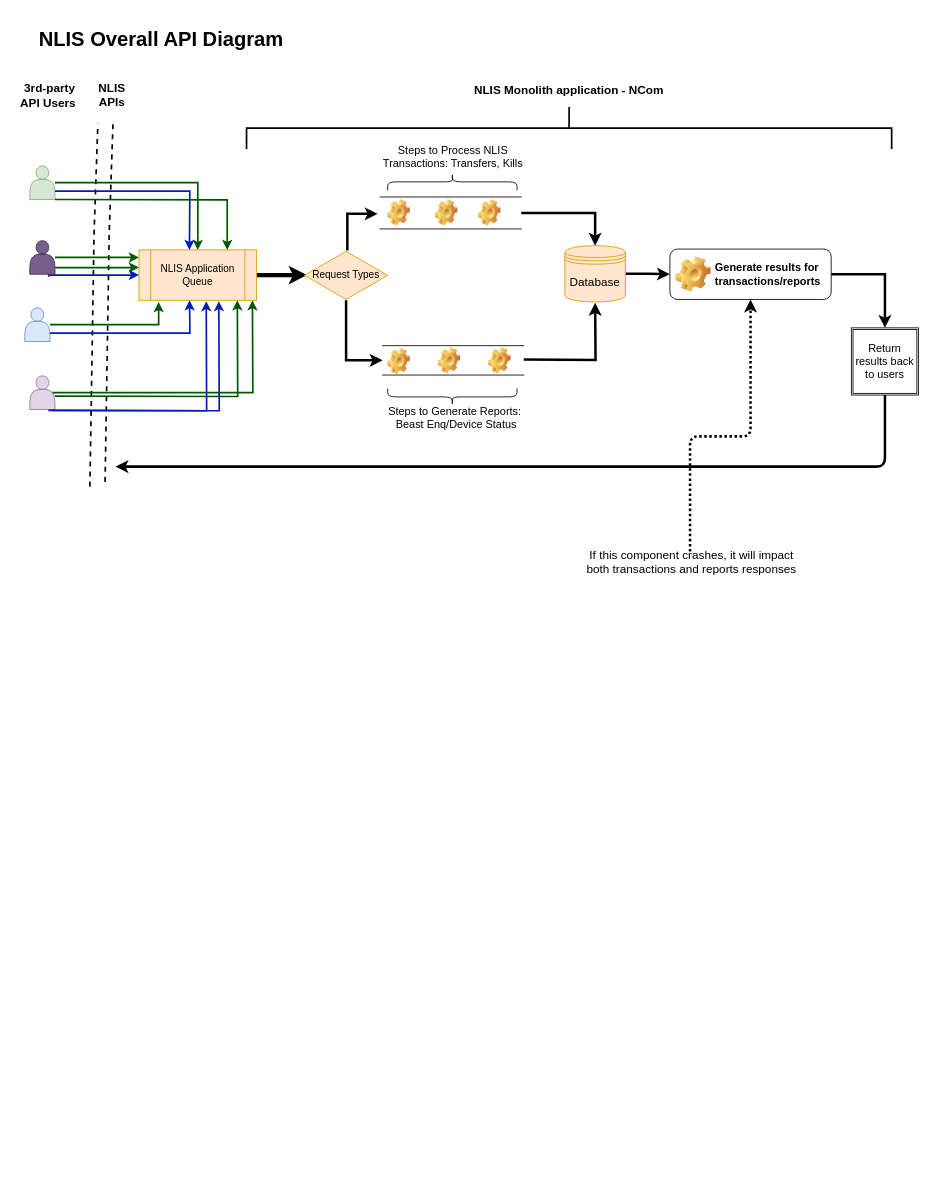
Before: Untitled Diagram.drawio in mfahim/presentations, a draw.io diagram. Source tidied: cells renumbered, new cells numbered last; positions are measured from the earlier drawing's top-left corner, leaving out a move shared by most shapes. Both pictures are drawn from the tidied source at 84%, with x=0, y=0 at pixel (14, 23).
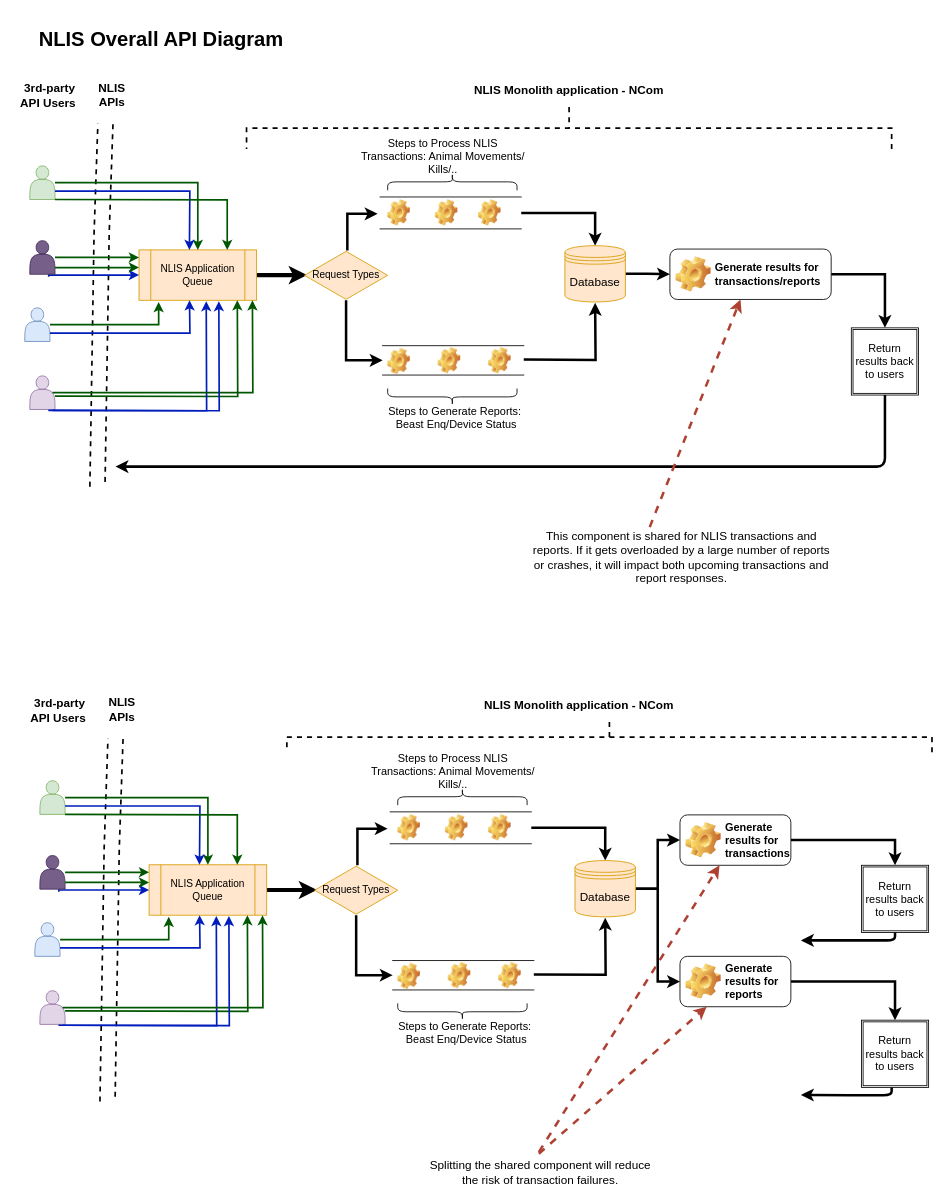
The same diagram, later.

Unchanged cells that the change refers to:
```xml
<mxCell id="42" value="Generate results for transactions/reports" style="label;whiteSpace=wrap;html=1;image=img/clipart/Gear_128x128.png;fontSize=13;" parent="1" vertex="1">
  <mxGeometry x="780" y="269" width="192" height="60" as="geometry" />
</mxCell>
```

Change to the diagram source:
```diff
@@
-    <mxCell id="28" value="Steps to Process NLIS Transactions: Transfers, Kills" style="text;html=1;strokeColor=none;fillColor=none;align=center;verticalAlign=middle;whiteSpace=wrap;rounded=0;fontSize=13;" parent="1" vertex="1">
-      <mxGeometry x="432" y="149" width="180" height="20" as="geometry" />
+    <mxCell id="28" value="Steps to Process NLIS Transactions: Animal Movements/ Kills/.." style="text;html=1;strokeColor=none;fillColor=none;align=center;verticalAlign=middle;whiteSpace=wrap;rounded=0;fontSize=13;" parent="1" vertex="1">
+      <mxGeometry x="408" y="149" width="204" height="20" as="geometry" />
     </mxCell>
@@
-    <mxCell id="45" style="strokeWidth=2;html=1;shape=mxgraph.flowchart.annotation_2;align=left;labelPosition=right;fontSize=14;direction=south;" parent="1" vertex="1">
+    <mxCell id="45" style="strokeWidth=2;html=1;shape=mxgraph.flowchart.annotation_2;align=left;labelPosition=right;fontSize=14;direction=south;dashed=1;" parent="1" vertex="1">
       <mxGeometry x="276" y="100" width="768" height="50" as="geometry" />
     </mxCell>
@@
-    <mxCell id="49" value="If this component crashes, it will impact both transactions and reports responses" style="text;html=1;strokeColor=none;fillColor=none;align=center;verticalAlign=middle;whiteSpace=wrap;rounded=0;fontSize=14;" parent="1" vertex="1">
-      <mxGeometry x="672" y="629" width="268" height="24" as="geometry" />
+    <mxCell id="49" value="This component is shared for NLIS transactions and reports. If it gets overloaded by a large number of reports or crashes, it will impact both upcoming transactions and report responses." style="text;html=1;strokeColor=none;fillColor=none;align=center;verticalAlign=middle;whiteSpace=wrap;rounded=0;fontSize=14;" parent="1" vertex="1">
+      <mxGeometry x="616" y="624" width="356" height="24" as="geometry" />
     </mxCell>
-    <mxCell id="50" style="edgeStyle=elbowEdgeStyle;elbow=vertical;endArrow=classic;html=1;shadow=0;strokeColor=#000000;strokeWidth=3;fontSize=14;entryX=0.5;entryY=1;entryDx=0;entryDy=0;dashed=1;dashPattern=1 1;" parent="1" edge="1" source="49" target="42">
-      <mxGeometry relative="1" as="geometry">
-        <Array as="points">
-          <mxPoint x="804" y="492" />
-        </Array>
-      </mxGeometry>
-    </mxCell>
+    <mxCell id="51" style="shape=link;html=1;width=17;sketch=0;shadow=0;dashed=1;strokeWidth=2;" parent="1" edge="1">
+      <mxGeometry relative="1" as="geometry">
+        <mxPoint x="120" y="852" as="sourcePoint" />
+        <mxPoint x="110.5" y="1284" as="targetPoint" />
+        <Array as="points">
+          <mxPoint x="115.5" y="982" />
+        </Array>
+      </mxGeometry>
+    </mxCell>
+    <mxCell id="52" style="edgeStyle=orthogonalEdgeStyle;rounded=0;sketch=0;jumpSize=8;jettySize=auto;html=1;shadow=0;strokeWidth=5;fillColor=#a20025;" parent="1" edge="1" source="53">
+      <mxGeometry relative="1" as="geometry">
+        <mxPoint x="360" y="1032" as="targetPoint" />
+      </mxGeometry>
+    </mxCell>
+    <mxCell id="53" value="NLIS Application &lt;br&gt;Queue" style="shape=process;whiteSpace=wrap;html=1;backgroundOutline=1;fillColor=#ffe6cc;strokeColor=#d79b00;" parent="1" vertex="1">
+      <mxGeometry x="160" y="1002" width="140" height="60" as="geometry" />
+    </mxCell>
+    <mxCell id="54" value="NLIS APIs" style="text;html=1;strokeColor=none;fillColor=none;align=center;verticalAlign=middle;whiteSpace=wrap;rounded=0;fontSize=14;fontStyle=1;" parent="1" vertex="1">
+      <mxGeometry x="108" y="797" width="40" height="40" as="geometry" />
+    </mxCell>
+    <mxCell id="55" style="edgeStyle=orthogonalEdgeStyle;rounded=0;sketch=0;jettySize=auto;html=1;shadow=0;fillColor=#008a00;strokeColor=#005700;jumpSize=8;strokeWidth=2;" parent="1" edge="1" source="56" target="53">
+      <mxGeometry relative="1" as="geometry" />
+    </mxCell>
+    <mxCell id="56" style="shape=actor;whiteSpace=wrap;html=1;fillColor=#d5e8d4;strokeColor=#82b366;" parent="1" vertex="1">
+      <mxGeometry x="30" y="902" width="30" height="40" as="geometry" />
+    </mxCell>
+    <mxCell id="57" style="edgeStyle=orthogonalEdgeStyle;rounded=0;sketch=0;orthogonalLoop=1;jettySize=auto;html=1;shadow=0;exitX=0.75;exitY=0.25;exitDx=0;exitDy=0;exitPerimeter=0;strokeWidth=2;fillColor=#0050ef;strokeColor=#001DBC;" parent="1" edge="1">
+      <mxGeometry relative="1" as="geometry">
+        <mxPoint x="52.5" y="1034" as="sourcePoint" />
+        <mxPoint x="160" y="1032" as="targetPoint" />
+        <Array as="points">
+          <mxPoint x="53" y="1032" />
+        </Array>
+      </mxGeometry>
+    </mxCell>
+    <mxCell id="58" style="shape=actor;whiteSpace=wrap;html=1;fillColor=#76608a;strokeColor=#432D57;fontColor=#ffffff;" parent="1" vertex="1">
+      <mxGeometry x="30" y="991" width="30" height="40" as="geometry" />
+    </mxCell>
+    <mxCell id="59" value="&amp;nbsp;3rd-party API Users" style="text;html=1;strokeColor=none;fillColor=none;align=center;verticalAlign=middle;whiteSpace=wrap;rounded=0;fontSize=14;fontStyle=1;" parent="1" vertex="1">
+      <mxGeometry x="12" y="793" width="80" height="50" as="geometry" />
+    </mxCell>
+    <mxCell id="60" style="edgeStyle=orthogonalEdgeStyle;rounded=0;sketch=0;jettySize=auto;html=1;entryX=0.167;entryY=1.033;entryDx=0;entryDy=0;entryPerimeter=0;shadow=0;strokeWidth=2;fillColor=#008a00;strokeColor=#005700;" parent="1" edge="1" source="61" target="53">
+      <mxGeometry relative="1" as="geometry" />
+    </mxCell>
+    <mxCell id="61" style="shape=actor;whiteSpace=wrap;html=1;fillColor=#dae8fc;strokeColor=#6c8ebf;" parent="1" vertex="1">
+      <mxGeometry x="24" y="1071" width="30" height="40" as="geometry" />
+    </mxCell>
+    <mxCell id="62" style="edgeStyle=orthogonalEdgeStyle;rounded=0;sketch=0;orthogonalLoop=1;jettySize=auto;html=1;shadow=0;strokeWidth=2;fillColor=#008a00;strokeColor=#005700;" parent="1" edge="1">
+      <mxGeometry relative="1" as="geometry">
+        <mxPoint x="60" y="1176" as="sourcePoint" />
+        <mxPoint x="277" y="1062" as="targetPoint" />
+      </mxGeometry>
+    </mxCell>
+    <mxCell id="63" style="shape=actor;whiteSpace=wrap;html=1;fillColor=#e1d5e7;strokeColor=#9673a6;" parent="1" vertex="1">
+      <mxGeometry x="30" y="1152" width="30" height="40" as="geometry" />
+    </mxCell>
+    <mxCell id="64" style="edgeStyle=orthogonalEdgeStyle;rounded=0;sketch=0;jettySize=auto;html=1;shadow=0;exitX=1;exitY=0.75;exitDx=0;exitDy=0;strokeWidth=2;fillColor=#0050ef;strokeColor=#001DBC;" parent="1" edge="1" source="56">
+      <mxGeometry relative="1" as="geometry">
+        <mxPoint x="220" y="1002" as="targetPoint" />
+      </mxGeometry>
+    </mxCell>
+    <mxCell id="65" style="edgeStyle=orthogonalEdgeStyle;rounded=0;sketch=0;orthogonalLoop=1;jettySize=auto;html=1;shadow=0;strokeWidth=2;fillColor=#008a00;strokeColor=#005700;" parent="1" edge="1">
+      <mxGeometry relative="1" as="geometry">
+        <mxPoint x="60" y="1011" as="sourcePoint" />
+        <mxPoint x="160" y="1011" as="targetPoint" />
+      </mxGeometry>
+    </mxCell>
+    <mxCell id="66" style="edgeStyle=orthogonalEdgeStyle;rounded=0;sketch=0;jettySize=auto;html=1;entryX=0.167;entryY=1.033;entryDx=0;entryDy=0;entryPerimeter=0;shadow=0;exitX=1;exitY=0.75;exitDx=0;exitDy=0;strokeWidth=2;fillColor=#0050ef;strokeColor=#001DBC;" parent="1" edge="1" source="61">
+      <mxGeometry relative="1" as="geometry">
+        <mxPoint x="220.1" y="1062" as="targetPoint" />
+      </mxGeometry>
+    </mxCell>
+    <mxCell id="67" style="edgeStyle=orthogonalEdgeStyle;rounded=0;sketch=0;orthogonalLoop=1;jettySize=auto;html=1;shadow=0;strokeWidth=2;fillColor=#0050ef;strokeColor=#001DBC;" parent="1" edge="1">
+      <mxGeometry relative="1" as="geometry">
+        <mxPoint x="57" y="1193" as="sourcePoint" />
+        <mxPoint x="240" y="1063" as="targetPoint" />
+      </mxGeometry>
+    </mxCell>
+    <mxCell id="68" style="edgeStyle=orthogonalEdgeStyle;rounded=0;sketch=0;orthogonalLoop=1;jettySize=auto;html=1;shadow=0;strokeWidth=2;fillColor=#008a00;strokeColor=#005700;" parent="1" edge="1">
+      <mxGeometry relative="1" as="geometry">
+        <mxPoint x="60" y="1023" as="sourcePoint" />
+        <mxPoint x="160" y="1023" as="targetPoint" />
+      </mxGeometry>
+    </mxCell>
+    <mxCell id="69" style="edgeStyle=orthogonalEdgeStyle;rounded=0;sketch=0;jettySize=auto;html=1;shadow=0;strokeWidth=2;fillColor=#008a00;strokeColor=#005700;exitX=0.9;exitY=0.5;exitDx=0;exitDy=0;exitPerimeter=0;" parent="1" edge="1" source="63">
+      <mxGeometry relative="1" as="geometry">
+        <mxPoint x="295" y="1062" as="targetPoint" />
+      </mxGeometry>
+    </mxCell>
+    <mxCell id="70" style="edgeStyle=orthogonalEdgeStyle;rounded=0;sketch=0;jettySize=auto;html=1;shadow=0;fillColor=#008a00;strokeColor=#005700;jumpSize=8;strokeWidth=2;entryX=0.75;entryY=0;entryDx=0;entryDy=0;" parent="1" edge="1" target="53">
+      <mxGeometry relative="1" as="geometry">
+        <mxPoint x="60" y="942" as="sourcePoint" />
+      </mxGeometry>
+    </mxCell>
+    <mxCell id="71" style="edgeStyle=orthogonalEdgeStyle;rounded=0;sketch=0;orthogonalLoop=1;jettySize=auto;html=1;entryX=0.461;entryY=1;entryDx=0;entryDy=0;entryPerimeter=0;shadow=0;strokeWidth=2;fillColor=#0050ef;strokeColor=#001DBC;" parent="1" edge="1">
+      <mxGeometry relative="1" as="geometry">
+        <mxPoint x="52" y="1193" as="sourcePoint" />
+        <mxPoint x="255" y="1063" as="targetPoint" />
+      </mxGeometry>
+    </mxCell>
+    <mxCell id="72" style="edgeStyle=orthogonalEdgeStyle;rounded=0;sketch=0;jumpSize=8;orthogonalLoop=1;jettySize=auto;html=1;shadow=0;strokeWidth=3;" parent="1" edge="1">
+      <mxGeometry relative="1" as="geometry">
+        <mxPoint x="408" y="1002.6" as="sourcePoint" />
+        <mxPoint x="444" y="959" as="targetPoint" />
+        <Array as="points">
+          <mxPoint x="408" y="959" />
+        </Array>
+      </mxGeometry>
+    </mxCell>
+    <mxCell id="73" style="edgeStyle=orthogonalEdgeStyle;rounded=0;sketch=0;jumpSize=8;jettySize=auto;html=1;entryX=0;entryY=0.5;entryDx=0;entryDy=0;shadow=0;strokeColor=#000000;strokeWidth=3;fontSize=13;" parent="1" edge="1" source="74" target="83">
+      <mxGeometry relative="1" as="geometry" />
+    </mxCell>
+    <mxCell id="74" value="Request Types" style="html=1;whiteSpace=wrap;shape=isoRectangle;fillColor=#ffe6cc;strokeColor=#d79b00;" parent="1" vertex="1">
+      <mxGeometry x="357" y="1002.6" width="99" height="59.4" as="geometry" />
+    </mxCell>
+    <mxCell id="75" style="shape=curlyBracket;whiteSpace=wrap;html=1;rounded=1;fontSize=13;direction=south;" parent="1" vertex="1">
+      <mxGeometry x="456" y="911" width="154" height="20" as="geometry" />
+    </mxCell>
+    <mxCell id="76" value="Steps to Process NLIS Transactions: Animal Movements/ Kills/.." style="text;html=1;strokeColor=none;fillColor=none;align=center;verticalAlign=middle;whiteSpace=wrap;rounded=0;fontSize=13;" parent="1" vertex="1">
+      <mxGeometry x="420" y="881" width="204" height="20" as="geometry" />
+    </mxCell>
+    <mxCell id="77" style="shape=image;html=1;verticalLabelPosition=bottom;verticalAlign=top;imageAspect=1;image=img/clipart/Gear_128x128.png;" parent="1" vertex="1">
+      <mxGeometry x="456" y="942" width="26.9" height="31.5" as="geometry" />
+    </mxCell>
+    <mxCell id="78" style="shape=image;html=1;verticalLabelPosition=bottom;verticalAlign=top;imageAspect=1;image=img/clipart/Gear_128x128.png;" parent="1" vertex="1">
+      <mxGeometry x="512.6" y="942" width="26.9" height="31.5" as="geometry" />
+    </mxCell>
+    <mxCell id="79" style="shape=image;html=1;verticalLabelPosition=bottom;verticalAlign=top;imageAspect=1;image=img/clipart/Gear_128x128.png;" parent="1" vertex="1">
+      <mxGeometry x="564" y="942" width="26.9" height="31.5" as="geometry" />
+    </mxCell>
+    <mxCell id="80" style="edgeStyle=orthogonalEdgeStyle;rounded=0;sketch=0;jumpSize=8;jettySize=auto;html=1;shadow=0;strokeColor=#000000;strokeWidth=3;fontSize=14;" parent="1" edge="1" source="81" target="97">
+      <mxGeometry relative="1" as="geometry" />
+    </mxCell>
+    <mxCell id="81" style="shape=partialRectangle;whiteSpace=wrap;html=1;left=0;right=0;fillColor=none;fontSize=13;" parent="1" vertex="1">
+      <mxGeometry x="447" y="939" width="168" height="38" as="geometry" />
+    </mxCell>
+    <mxCell id="82" style="edgeStyle=orthogonalEdgeStyle;rounded=0;sketch=0;jumpSize=8;orthogonalLoop=1;jettySize=auto;html=1;entryX=0.5;entryY=1;entryDx=0;entryDy=0;shadow=0;strokeColor=#000000;strokeWidth=3;fontSize=14;" parent="1" edge="1">
+      <mxGeometry relative="1" as="geometry">
+        <mxPoint x="618" y="1132.5" as="sourcePoint" />
+        <mxPoint x="703" y="1065" as="targetPoint" />
+      </mxGeometry>
+    </mxCell>
+    <mxCell id="83" style="shape=partialRectangle;whiteSpace=wrap;html=1;left=0;right=0;fillColor=none;fontSize=13;" parent="1" vertex="1">
+      <mxGeometry x="450" y="1116" width="168" height="35" as="geometry" />
+    </mxCell>
+    <mxCell id="84" style="shape=image;html=1;verticalLabelPosition=bottom;verticalAlign=top;imageAspect=1;image=img/clipart/Gear_128x128.png;" parent="1" vertex="1">
+      <mxGeometry x="456" y="1119" width="26.9" height="31.5" as="geometry" />
+    </mxCell>
+    <mxCell id="85" style="shape=image;html=1;verticalLabelPosition=bottom;verticalAlign=top;imageAspect=1;image=img/clipart/Gear_128x128.png;" parent="1" vertex="1">
+      <mxGeometry x="516" y="1118" width="26.9" height="31.5" as="geometry" />
+    </mxCell>
+    <mxCell id="86" style="shape=image;html=1;verticalLabelPosition=bottom;verticalAlign=top;imageAspect=1;image=img/clipart/Gear_128x128.png;" parent="1" vertex="1">
+      <mxGeometry x="576" y="1118" width="26.9" height="31.5" as="geometry" />
+    </mxCell>
+    <mxCell id="87" style="shape=curlyBracket;whiteSpace=wrap;html=1;rounded=1;fontSize=13;direction=north;" parent="1" vertex="1">
+      <mxGeometry x="456" y="1167" width="154" height="20" as="geometry" />
+    </mxCell>
+    <mxCell id="88" value="Steps to Generate Reports:&amp;nbsp;&lt;br&gt;Beast Enq/Device Status" style="text;html=1;strokeColor=none;fillColor=none;align=center;verticalAlign=middle;whiteSpace=wrap;rounded=0;fontSize=13;" parent="1" vertex="1">
+      <mxGeometry x="448" y="1192" width="180" height="20" as="geometry" />
+    </mxCell>
+    <mxCell id="89" style="edgeStyle=orthogonalEdgeStyle;rounded=0;sketch=0;jumpSize=8;jettySize=auto;html=1;entryX=0.5;entryY=0;entryDx=0;entryDy=0;shadow=0;strokeColor=#000000;strokeWidth=3;fontSize=13;" parent="1" edge="1" source="90" target="91">
+      <mxGeometry relative="1" as="geometry" />
+    </mxCell>
+    <mxCell id="90" value="Generate results for transactions" style="label;whiteSpace=wrap;html=1;image=img/clipart/Gear_128x128.png;fontSize=13;" parent="1" vertex="1">
+      <mxGeometry x="792" y="942.6" width="132" height="60" as="geometry" />
+    </mxCell>
+    <mxCell id="91" value="Return results back to users" style="shape=ext;double=1;whiteSpace=wrap;html=1;fontSize=13;" parent="1" vertex="1">
+      <mxGeometry x="1008" y="1002.6" width="80" height="80" as="geometry" />
+    </mxCell>
+    <mxCell id="92" style="edgeStyle=segmentEdgeStyle;endArrow=classic;html=1;shadow=0;strokeColor=#000000;strokeWidth=3;fontSize=13;exitX=0.5;exitY=1;exitDx=0;exitDy=0;" parent="1" edge="1" source="91">
+      <mxGeometry relative="1" as="geometry">
+        <mxPoint x="936" y="1092" as="targetPoint" />
+        <Array as="points">
+          <mxPoint x="1048" y="1092" />
+          <mxPoint x="1008" y="1092" />
+        </Array>
+      </mxGeometry>
+    </mxCell>
+    <mxCell id="93" style="strokeWidth=2;html=1;shape=mxgraph.flowchart.annotation_2;align=left;labelPosition=right;fontSize=14;direction=south;dashed=1;" parent="1" vertex="1">
+      <mxGeometry x="324" y="832" width="768" height="36" as="geometry" />
+    </mxCell>
+    <mxCell id="94" value="NLIS Monolith application - NCom" style="text;html=1;strokeColor=none;fillColor=none;align=center;verticalAlign=middle;whiteSpace=wrap;rounded=0;fontSize=14;fontStyle=1;" parent="1" vertex="1">
+      <mxGeometry x="552" y="792" width="240" height="40" as="geometry" />
+    </mxCell>
+    <mxCell id="95" style="edgeStyle=orthogonalEdgeStyle;rounded=0;sketch=0;jumpSize=8;jettySize=auto;html=1;shadow=0;strokeColor=#000000;strokeWidth=3;fontSize=14;" parent="1" edge="1" source="97" target="90">
+      <mxGeometry relative="1" as="geometry" />
+    </mxCell>
+    <mxCell id="96" style="edgeStyle=orthogonalEdgeStyle;rounded=0;sketch=0;jumpSize=8;jettySize=auto;html=1;entryX=0;entryY=0.5;entryDx=0;entryDy=0;shadow=0;strokeColor=#000000;strokeWidth=3;fontSize=14;" parent="1" edge="1" source="97" target="99">
+      <mxGeometry relative="1" as="geometry" />
+    </mxCell>
+    <mxCell id="97" value="Database" style="shape=datastore;whiteSpace=wrap;html=1;fontSize=14;fillColor=#ffe6cc;strokeColor=#d79b00;" parent="1" vertex="1">
+      <mxGeometry x="667" y="997" width="72" height="67" as="geometry" />
+    </mxCell>
+    <mxCell id="98" style="edgeStyle=orthogonalEdgeStyle;rounded=0;sketch=0;jumpSize=8;jettySize=auto;html=1;entryX=0.5;entryY=0;entryDx=0;entryDy=0;shadow=0;strokeColor=#000000;strokeWidth=3;fontSize=14;" parent="1" edge="1" source="99" target="100">
+      <mxGeometry relative="1" as="geometry" />
+    </mxCell>
+    <mxCell id="99" value="Generate results for reports" style="label;whiteSpace=wrap;html=1;image=img/clipart/Gear_128x128.png;fontSize=13;" parent="1" vertex="1">
+      <mxGeometry x="792" y="1111" width="132" height="60" as="geometry" />
+    </mxCell>
+    <mxCell id="100" value="Return results back to users" style="shape=ext;double=1;whiteSpace=wrap;html=1;fontSize=13;" parent="1" vertex="1">
+      <mxGeometry x="1008" y="1187" width="80" height="80" as="geometry" />
+    </mxCell>
+    <mxCell id="101" style="edgeStyle=segmentEdgeStyle;endArrow=classic;html=1;shadow=0;strokeColor=#000000;strokeWidth=3;fontSize=13;exitX=0.5;exitY=1;exitDx=0;exitDy=0;" parent="1" edge="1">
+      <mxGeometry relative="1" as="geometry">
+        <mxPoint x="1044" y="1267" as="sourcePoint" />
+        <mxPoint x="936" y="1276" as="targetPoint" />
+        <Array as="points">
+          <mxPoint x="1044" y="1276.4" />
+          <mxPoint x="1004" y="1276.4" />
+        </Array>
+      </mxGeometry>
+    </mxCell>
+    <mxCell id="102" style="endArrow=classic;html=1;shadow=0;strokeColor=#ae4132;strokeWidth=3;fontSize=14;fillColor=#fad9d5;dashed=1;" parent="1" edge="1" target="90">
+      <mxGeometry relative="1" as="geometry">
+        <mxPoint x="624" y="1344" as="sourcePoint" />
+      </mxGeometry>
+    </mxCell>
+    <mxCell id="103" style="endArrow=classic;html=1;shadow=0;strokeColor=#ae4132;strokeWidth=3;fontSize=14;fillColor=#fad9d5;dashed=1;" parent="1" edge="1" target="99">
+      <mxGeometry relative="1" as="geometry">
+        <mxPoint x="624" y="1346" as="sourcePoint" />
+      </mxGeometry>
+    </mxCell>
+    <mxCell id="104" value="Splitting the shared component will reduce the risk of transaction failures.&lt;br&gt;" style="text;html=1;strokeColor=none;fillColor=none;align=center;verticalAlign=middle;whiteSpace=wrap;rounded=0;fontSize=14;" parent="1" vertex="1">
+      <mxGeometry x="492" y="1356" width="268" height="24" as="geometry" />
+    </mxCell>
+    <mxCell id="105" style="endArrow=classic;html=1;shadow=0;strokeColor=#ae4132;strokeWidth=3;fontSize=14;fillColor=#fad9d5;dashed=1;" parent="1" edge="1" target="42">
+      <mxGeometry relative="1" as="geometry">
+        <mxPoint x="756" y="600" as="sourcePoint" />
+      </mxGeometry>
+    </mxCell>
```
